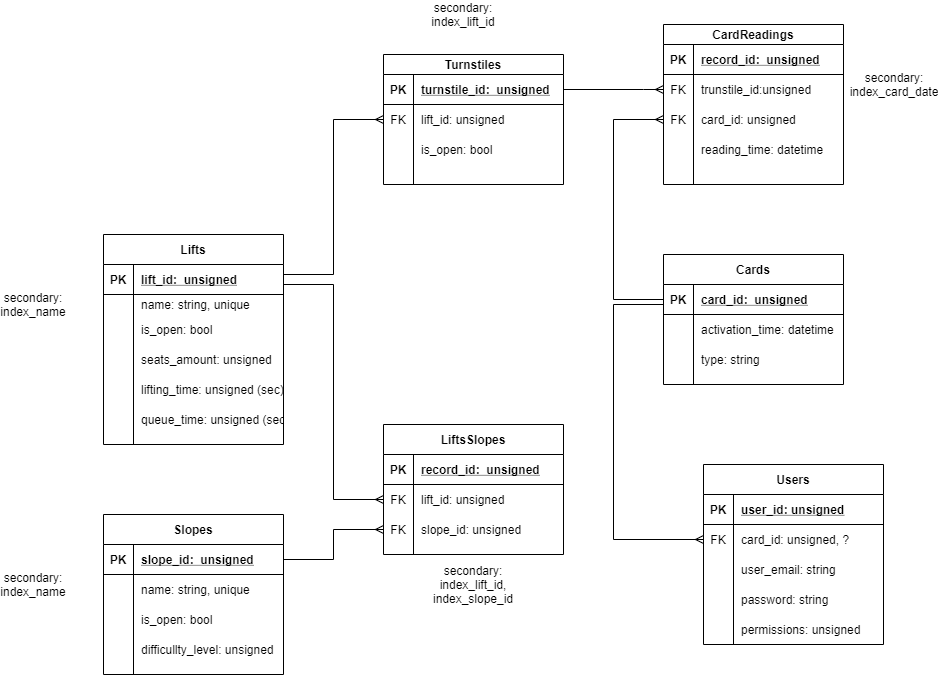
Earlier version of the draw.io export docs/imgs/db/db_with_index.png (alena-zayts/BMSTU_6sem_software_design). Source tidied: cells renumbered, new cells last; positions are measured from the earlier drawing's top-left corner, leaving out a move shared by most shapes.
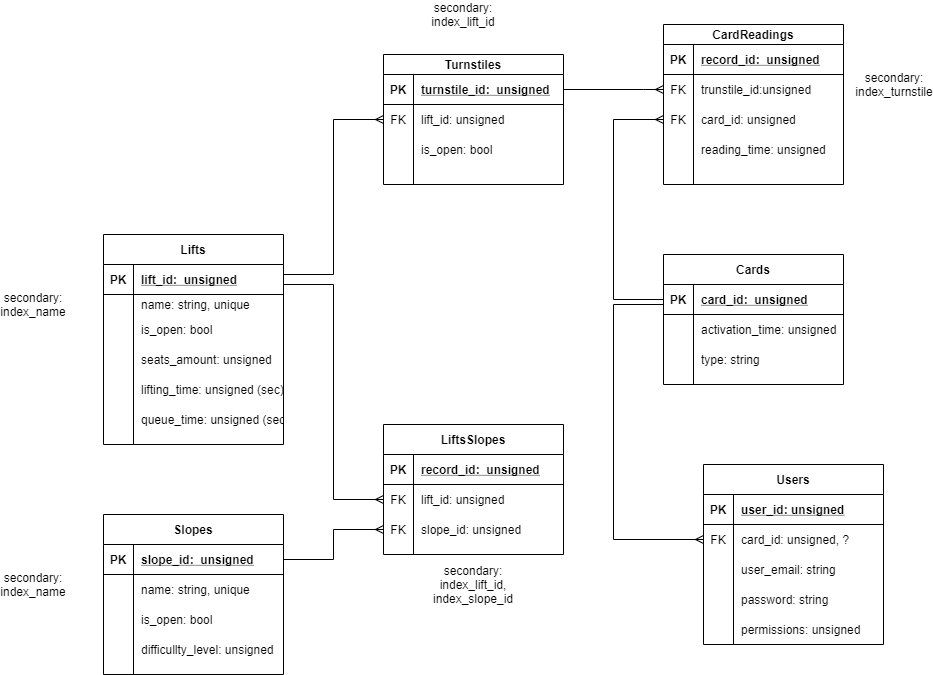
After the commit.

Change to the diagram source:
```diff
@@ -20,7 +20,7 @@
     <mxCell id="7" style="shape=partialRectangle;fillColor=none;top=0;left=0;bottom=0;right=0;overflow=hidden;" parent="6" vertex="1">
       <mxGeometry width="30" height="30" as="geometry" />
     </mxCell>
-    <mxCell id="8" value="activation_time: datetime" style="shape=partialRectangle;fillColor=none;top=0;left=0;bottom=0;right=0;align=left;spacingLeft=6;overflow=hidden;" parent="6" vertex="1">
+    <mxCell id="8" value="activation_time: unsigned" style="shape=partialRectangle;fillColor=none;top=0;left=0;bottom=0;right=0;align=left;spacingLeft=6;overflow=hidden;" parent="6" vertex="1">
       <mxGeometry x="30" width="150" height="30" as="geometry" />
     </mxCell>
     <mxCell id="9" style="shape=partialRectangle;fillColor=none;top=0;left=0;bottom=0;right=0;" parent="2" vertex="1">
@@ -224,7 +224,7 @@
     <mxCell id="75" style="shape=partialRectangle;fillColor=none;top=0;left=0;bottom=0;right=0;overflow=hidden;" parent="74" vertex="1">
       <mxGeometry width="30" height="30" as="geometry" />
     </mxCell>
-    <mxCell id="76" value="reading_time: datetime" style="shape=partialRectangle;fillColor=none;top=0;left=0;bottom=0;right=0;align=left;spacingLeft=6;overflow=hidden;" parent="74" vertex="1">
+    <mxCell id="76" value="reading_time: unsigned" style="shape=partialRectangle;fillColor=none;top=0;left=0;bottom=0;right=0;align=left;spacingLeft=6;overflow=hidden;" parent="74" vertex="1">
       <mxGeometry x="30" width="150" height="30" as="geometry" />
     </mxCell>
     <mxCell id="77" style="fontSize=12;html=1;endArrow=ERmany;entryX=0;entryY=0.5;entryDx=0;entryDy=0;edgeStyle=orthogonalEdgeStyle;rounded=0;exitX=1;exitY=0.5;exitDx=0;exitDy=0;" parent="1" edge="1" source="26" target="48">
@@ -286,7 +286,7 @@
     <mxCell id="86" value="secondary:&lt;br&gt;index_lift_id,&lt;br&gt;index_slope_id" style="text;html=1;strokeColor=none;fillColor=none;align=center;verticalAlign=middle;whiteSpace=wrap;rounded=0;" parent="1" vertex="1">
       <mxGeometry x="440" y="570" width="40" height="20" as="geometry" />
     </mxCell>
-    <mxCell id="87" value="secondary:&lt;br&gt;index_card_date" style="text;html=1;strokeColor=none;fillColor=none;align=center;verticalAlign=middle;whiteSpace=wrap;rounded=0;" parent="1" vertex="1">
+    <mxCell id="87" value="secondary:&lt;br&gt;index_turnstile" style="text;html=1;strokeColor=none;fillColor=none;align=center;verticalAlign=middle;whiteSpace=wrap;rounded=0;" parent="1" vertex="1">
       <mxGeometry x="880" y="70" height="20" as="geometry" />
     </mxCell>
     <mxCell id="88" value="Users" style="shape=table;startSize=30;rowLines=0;fontStyle=1;align=center;" parent="1" vertex="1">
```
